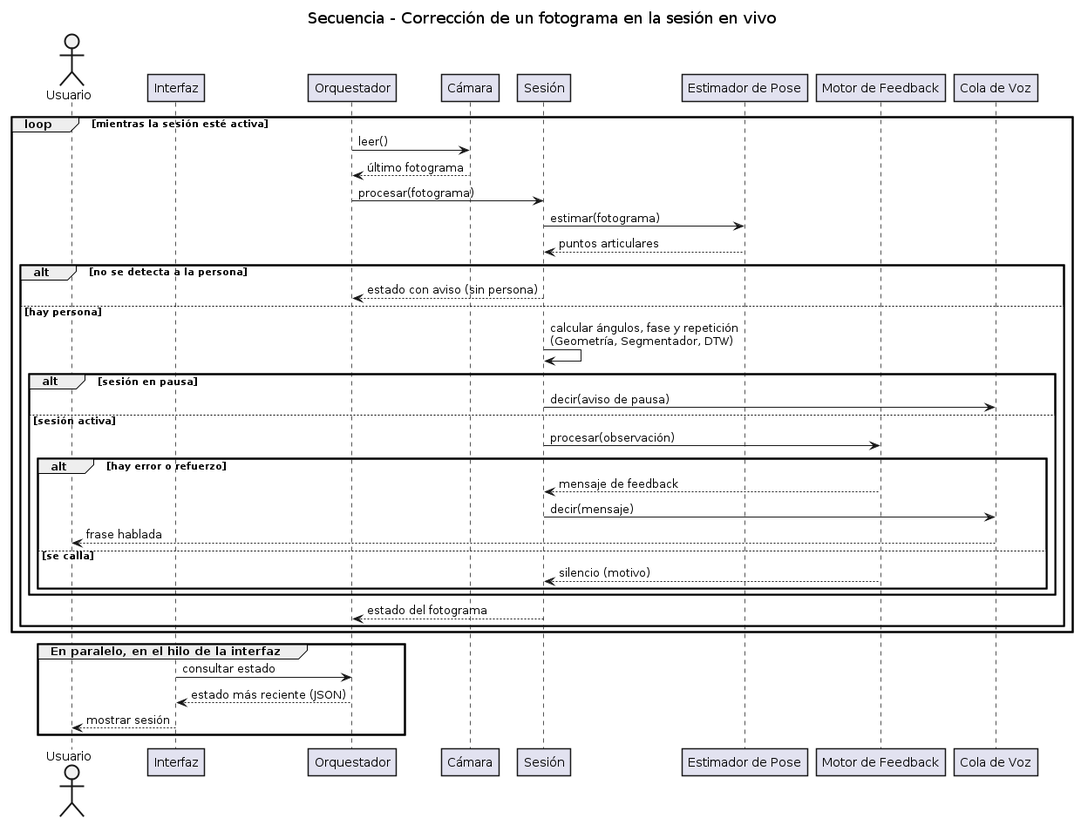
Earlier version of the PlantUML export diagramas_estela_modelo_profe/test_diagrams/png/secuencia-fotograma.png (isaAJ05/ESTELA). Its source is kept beside it as diagramas_estela_modelo_profe/test_diagrams/plantuml/secuencia-fotograma.wsd. The source it was exported from:
```plantuml
@startuml
title Secuencia - Corrección de un fotograma en la sesión en vivo

actor Usuario
participant "Interfaz" as UI
participant "Orquestador" as ORQ
participant "Cámara" as CAM
participant "Sesión" as SES
participant "Estimador de Pose" as EP
participant "Motor de Feedback" as MF
participant "Cola de Voz" as VOZ

loop mientras la sesión esté activa
  ORQ -> CAM : leer()
  CAM --> ORQ : último fotograma
  ORQ -> SES : procesar(fotograma)
  SES -> EP : estimar(fotograma)
  EP --> SES : puntos articulares

  alt no se detecta a la persona
    SES --> ORQ : estado con aviso (sin persona)
  else hay persona
    SES -> SES : calcular ángulos, fase y repetición\n(Geometría, Segmentador, DTW)
    alt sesión en pausa
      SES -> VOZ : decir(aviso de pausa)
    else sesión activa
      SES -> MF : procesar(observación)
      alt hay error o refuerzo
        MF --> SES : mensaje de feedback
        SES -> VOZ : decir(mensaje)
        VOZ --> Usuario : frase hablada
      else se calla
        MF --> SES : silencio (motivo)
      end
    end
    SES --> ORQ : estado del fotograma
  end
end

group En paralelo, en el hilo de la interfaz
  UI -> ORQ : consultar estado
  ORQ --> UI : estado más reciente (JSON)
  UI --> Usuario : mostrar sesión
end
@enduml
```
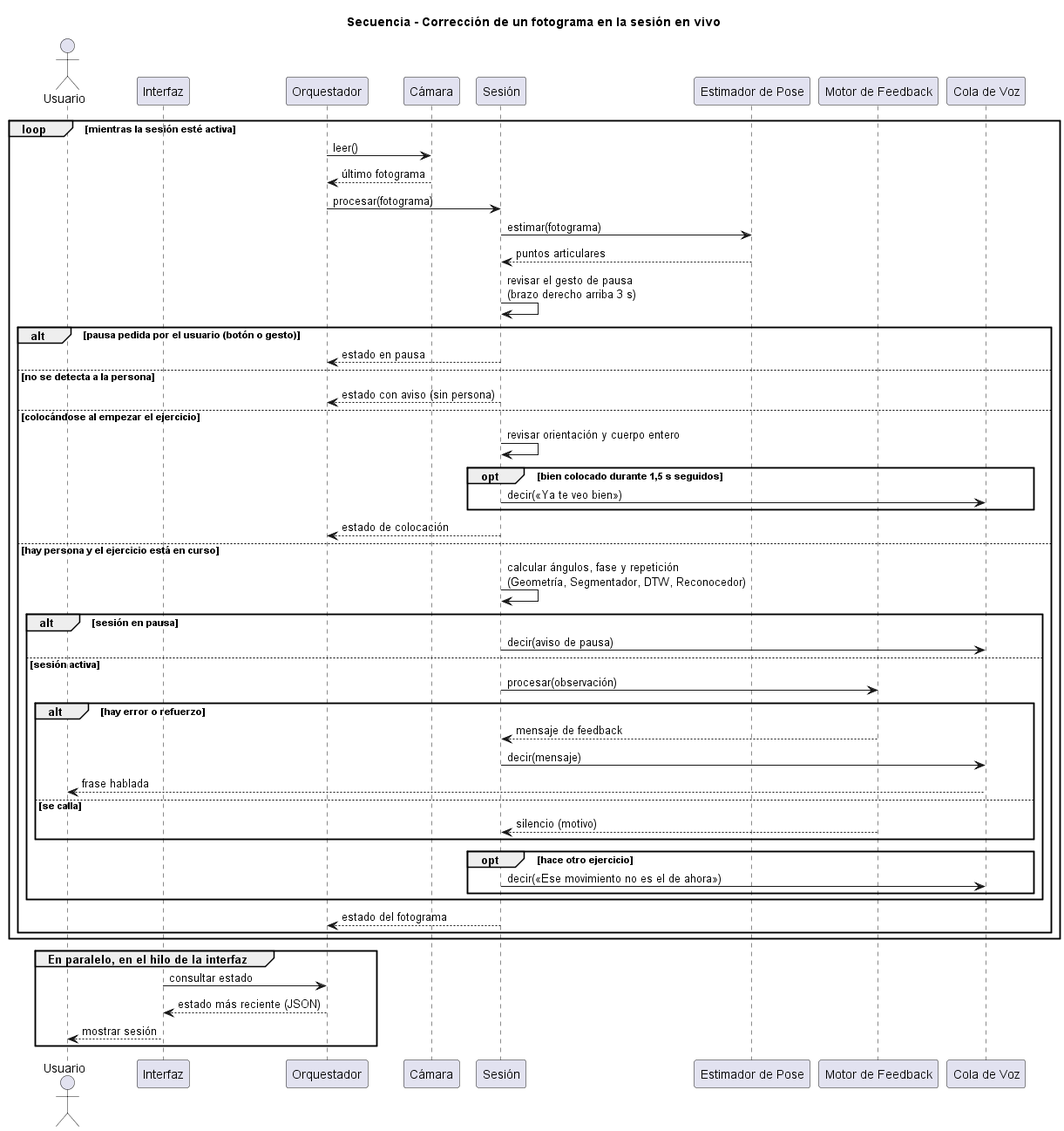
The same diagram one commit later.

What changed in the source:
```diff
@@ -16,11 +16,20 @@
   ORQ -> SES : procesar(fotograma)
   SES -> EP : estimar(fotograma)
   EP --> SES : puntos articulares
+  SES -> SES : revisar el gesto de pausa\n(brazo derecho arriba 3 s)
 
-  alt no se detecta a la persona
+  alt pausa pedida por el usuario (botón o gesto)
+    SES --> ORQ : estado en pausa
+  else no se detecta a la persona
     SES --> ORQ : estado con aviso (sin persona)
-  else hay persona
-    SES -> SES : calcular ángulos, fase y repetición\n(Geometría, Segmentador, DTW)
+  else colocándose al empezar el ejercicio
+    SES -> SES : revisar orientación y cuerpo entero
+    opt bien colocado durante 1,5 s seguidos
+      SES -> VOZ : decir(«Ya te veo bien»)
+    end
+    SES --> ORQ : estado de colocación
+  else hay persona y el ejercicio está en curso
+    SES -> SES : calcular ángulos, fase y repetición\n(Geometría, Segmentador, DTW, Reconocedor)
     alt sesión en pausa
       SES -> VOZ : decir(aviso de pausa)
     else sesión activa
@@ -31,6 +40,9 @@
         VOZ --> Usuario : frase hablada
       else se calla
         MF --> SES : silencio (motivo)
+      end
+      opt hace otro ejercicio
+        SES -> VOZ : decir(«Ese movimiento no es el de ahora»)
       end
     end
     SES --> ORQ : estado del fotograma
```
